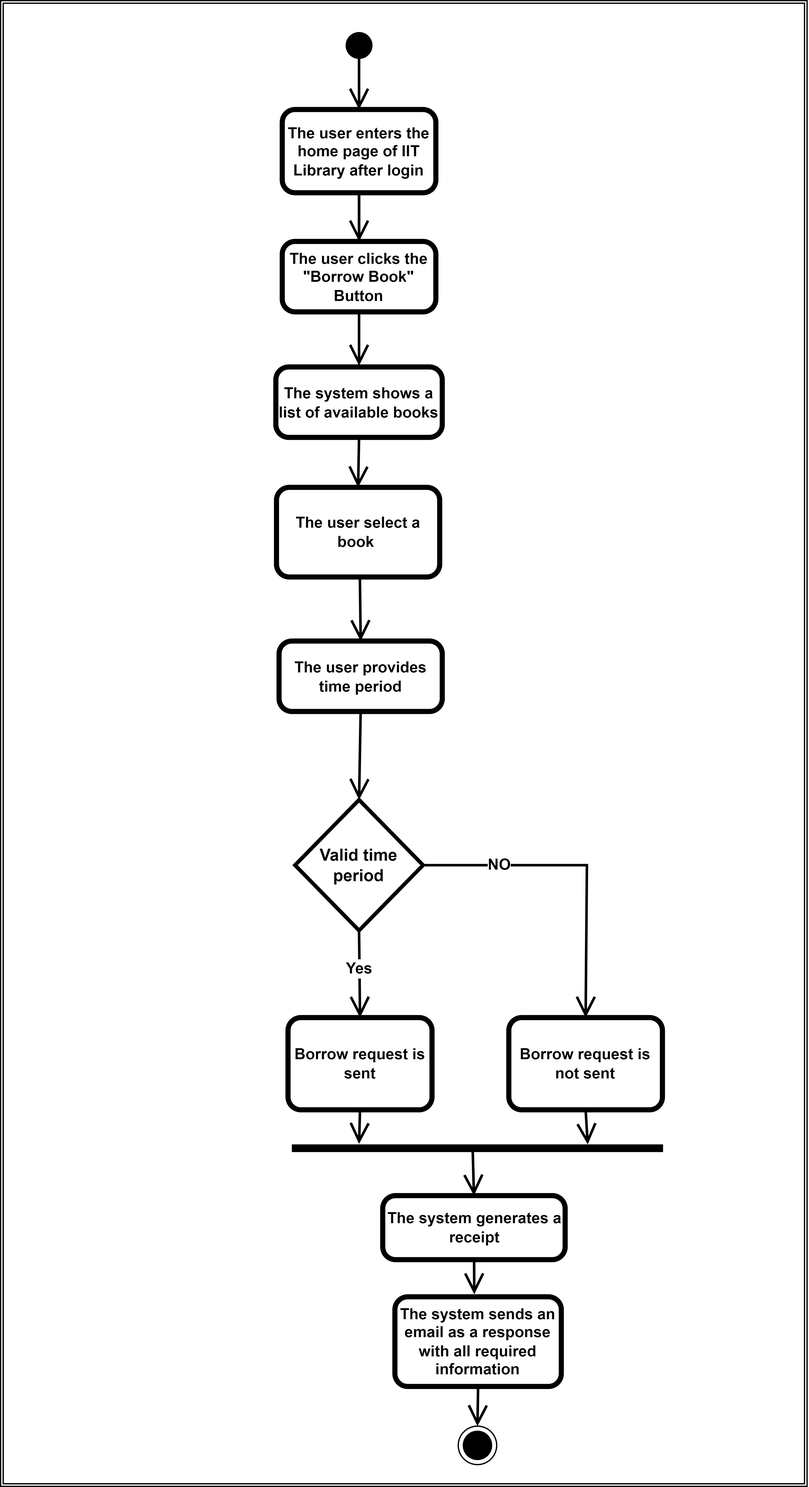
This is SRS/Activity Diagram/Activity Diagram 02.png from IIT-NSTU/IIT-Library-2.0, a draw.io export, as it was before one commit. Source tidied: cells renumbered, new cells last; positions are measured from the earlier drawing's top-left corner, leaving out a move shared by most shapes.
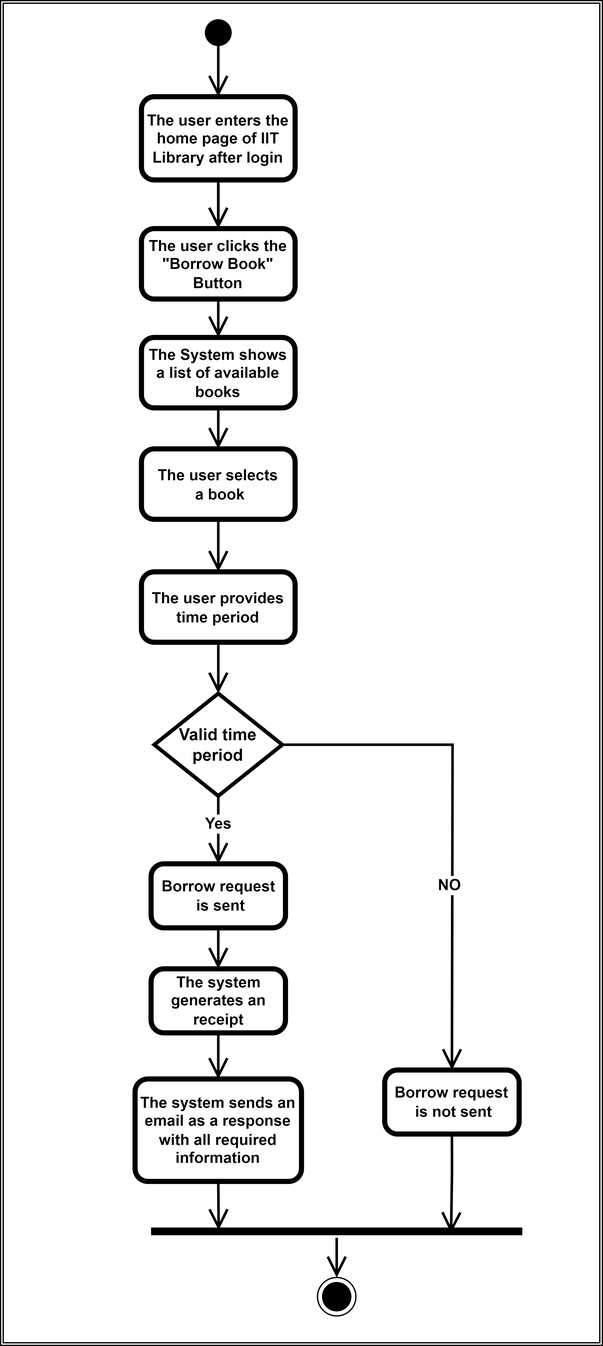
Later version of the same file.

The edit, as a diff of the source:
```diff
@@ -2,99 +2,95 @@
   <root>
     <mxCell id="0" />
     <mxCell id="1" parent="0" />
-    <mxCell id="2" style="shape=ext;double=1;rounded=0;whiteSpace=wrap;html=1;fillStyle=solid;strokeColor=default;strokeWidth=1;fillColor=#FFFFFF;gradientColor=none;fontColor=#FFFFFF;" parent="1" vertex="1">
-      <mxGeometry width="630" height="1160" as="geometry" />
-    </mxCell>
-    <mxCell id="3" style="rounded=0;jettySize=auto;html=1;entryX=0.5;entryY=0;entryDx=0;entryDy=0;entryPerimeter=0;endArrow=open;endFill=0;endSize=12;strokeColor=#000000;strokeWidth=2;exitX=0.5;exitY=1;exitDx=0;exitDy=0;" parent="1" edge="1" source="9" target="7">
-      <mxGeometry relative="1" as="geometry" />
-    </mxCell>
-    <mxCell id="4" style="edgeStyle=orthogonalEdgeStyle;rounded=0;jettySize=auto;html=1;exitX=0.5;exitY=1;exitDx=0;exitDy=0;exitPerimeter=0;entryX=0.5;entryY=0;entryDx=0;entryDy=0;strokeColor=#000000;endArrow=open;endFill=0;endSize=12;strokeWidth=2;startArrow=none;" parent="1" edge="1" source="10" target="8">
-      <mxGeometry relative="1" as="geometry" />
-    </mxCell>
-    <mxCell id="5" style="edgeStyle=none;rounded=0;jettySize=auto;html=1;exitX=0.5;exitY=1;exitDx=0;exitDy=0;exitPerimeter=0;entryX=0.5;entryY=0;entryDx=0;entryDy=0;entryPerimeter=0;endArrow=open;endFill=0;endSize=12;strokeColor=#000000;strokeWidth=2;" parent="1" edge="1" source="7" target="12">
-      <mxGeometry relative="1" as="geometry" />
-    </mxCell>
-    <mxCell id="6" style="edgeStyle=none;rounded=0;jettySize=auto;html=1;fontSize=13;fontColor=#000000;startArrow=none;startFill=0;endArrow=open;endFill=0;startSize=12;endSize=12;strokeColor=#000000;strokeWidth=2;" parent="1" edge="1" source="7" target="12">
-      <mxGeometry relative="1" as="geometry" />
-    </mxCell>
+    <mxCell id="30" style="shape=ext;double=1;rounded=0;whiteSpace=wrap;html=1;fillStyle=solid;strokeColor=default;strokeWidth=1;fillColor=#FFFFFF;gradientColor=none;fontColor=#FFFFFF;" parent="1" vertex="1">
+      <mxGeometry x="110" y="4" width="470" height="1050" as="geometry" />
+    </mxCell>
+    <mxCell id="31" style="rounded=0;jettySize=auto;html=1;entryX=0.5;entryY=0;entryDx=0;entryDy=0;entryPerimeter=0;endArrow=open;endFill=0;endSize=12;strokeColor=#000000;strokeWidth=2;exitX=0.5;exitY=1;exitDx=0;exitDy=0;" parent="1" edge="1" source="36" target="7">
+      <mxGeometry relative="1" as="geometry" />
+    </mxCell>
+    <mxCell id="32" style="edgeStyle=orthogonalEdgeStyle;rounded=0;jettySize=auto;html=1;exitX=0.5;exitY=1;exitDx=0;exitDy=0;exitPerimeter=0;entryX=0.5;entryY=0;entryDx=0;entryDy=0;strokeColor=#000000;endArrow=open;endFill=0;endSize=12;strokeWidth=2;startArrow=none;" parent="1" edge="1" source="42" target="35">
+      <mxGeometry relative="1" as="geometry" />
+    </mxCell>
+    <mxCell id="33" style="edgeStyle=none;rounded=0;jettySize=auto;html=1;exitX=0.5;exitY=1;exitDx=0;exitDy=0;exitPerimeter=0;entryX=0.5;entryY=0;entryDx=0;entryDy=0;entryPerimeter=0;endArrow=open;endFill=0;endSize=12;strokeColor=#000000;strokeWidth=2;" parent="1" edge="1" source="7" target="12">
+      <mxGeometry relative="1" as="geometry" />
+    </mxCell>
+    <mxCell id="34" style="edgeStyle=none;rounded=0;jettySize=auto;html=1;fontSize=13;fontColor=#000000;startArrow=none;startFill=0;endArrow=open;endFill=0;startSize=12;endSize=12;strokeColor=#000000;strokeWidth=2;" parent="1" edge="1" source="7" target="12">
+      <mxGeometry relative="1" as="geometry" />
+    </mxCell>
     <mxCell id="7" value="The user enters the home page of IIT Library after login" style="points=[[0.25,0,0],[0.5,0,0],[0.75,0,0],[1,0.25,0],[1,0.5,0],[1,0.75,0],[0.75,1,0],[0.5,1,0],[0.25,1,0],[0,0.75,0],[0,0.5,0],[0,0.25,0]];shape=mxgraph.bpmn.task;whiteSpace=wrap;rectStyle=rounded;size=10;bpmnShapeType=call;strokeColor=#000000;fontStyle=1;" parent="1" vertex="1">
-      <mxGeometry x="220" y="85" width="120" height="65" as="geometry" />
+      <mxGeometry x="220" y="79" width="120" height="65" as="geometry" />
     </mxCell>
-    <mxCell id="8" style="ellipse;html=1;shape=endState;fillColor=#000000;strokeColor=#000000;" parent="1" vertex="1">
-      <mxGeometry x="357.5" y="1113" width="30" height="30" as="geometry" />
-    </mxCell>
-    <mxCell id="9" style="ellipse;shape=doubleEllipse;whiteSpace=wrap;html=1;fillStyle=solid;strokeColor=default;strokeWidth=1;fillColor=#000000;gradientColor=none;" parent="1" vertex="1">
-      <mxGeometry x="270" y="25" width="20" height="20" as="geometry" />
-    </mxCell>
+    <mxCell id="35" style="ellipse;html=1;shape=endState;fillColor=#000000;strokeColor=#000000;" parent="1" vertex="1">
+      <mxGeometry x="357.5" y="1001" width="30" height="30" as="geometry" />
+    </mxCell>
+    <mxCell id="36" style="ellipse;shape=doubleEllipse;whiteSpace=wrap;html=1;fillStyle=solid;strokeColor=default;strokeWidth=1;fillColor=#000000;gradientColor=none;" parent="1" vertex="1">
+      <mxGeometry x="270" y="19" width="20" height="20" as="geometry" />
+    </mxCell>
+    <mxCell id="37" style="edgeStyle=orthogonalEdgeStyle;rounded=0;jettySize=auto;html=1;exitX=0.5;exitY=1;exitDx=0;exitDy=0;exitPerimeter=0;entryX=0.182;entryY=0.4;entryDx=0;entryDy=0;entryPerimeter=0;endArrow=open;endFill=0;endSize=12;strokeWidth=2;" parent="1" edge="1" source="10" target="42">
+      <mxGeometry relative="1" as="geometry" />
+    </mxCell>
     <mxCell id="10" value="The system sends an email as a response with all required information" style="points=[[0.25,0,0],[0.5,0,0],[0.75,0,0],[1,0.25,0],[1,0.5,0],[1,0.75,0],[0.75,1,0],[0.5,1,0],[0.25,1,0],[0,0.75,0],[0,0.5,0],[0,0.25,0]];shape=mxgraph.bpmn.task;whiteSpace=wrap;rectStyle=rounded;size=10;bpmnShapeType=call;strokeColor=#000000;fontStyle=1;" parent="1" vertex="1">
-      <mxGeometry x="308" y="1012" width="130" height="70" as="geometry" />
+      <mxGeometry x="215" y="846" width="130" height="80" as="geometry" />
     </mxCell>
-    <mxCell id="11" style="edgeStyle=none;rounded=0;jettySize=auto;html=1;exitX=0.5;exitY=1;exitDx=0;exitDy=0;exitPerimeter=0;fontColor=#FFFFFF;endArrow=open;endFill=0;endSize=12;strokeColor=#000000;strokeWidth=2;" parent="1" edge="1" source="12">
-      <mxGeometry relative="1" as="geometry">
-        <mxPoint x="280" y="285" as="targetPoint" />
-      </mxGeometry>
-    </mxCell>
+    <mxCell id="38" style="edgeStyle=none;rounded=0;jettySize=auto;html=1;exitX=0.5;exitY=1;exitDx=0;exitDy=0;exitPerimeter=0;fontColor=#FFFFFF;endArrow=open;endFill=0;endSize=12;strokeColor=#000000;strokeWidth=2;entryX=0.5;entryY=0;entryDx=0;entryDy=0;entryPerimeter=0;" parent="1" edge="1" source="12" target="44">
+      <mxGeometry relative="1" as="geometry" />
+    </mxCell>
     <mxCell id="12" value="The user clicks the &quot;Borrow Book&quot; Button" style="points=[[0.25,0,0],[0.5,0,0],[0.75,0,0],[1,0.25,0],[1,0.5,0],[1,0.75,0],[0.75,1,0],[0.5,1,0],[0.25,1,0],[0,0.75,0],[0,0.5,0],[0,0.25,0]];shape=mxgraph.bpmn.task;whiteSpace=wrap;rectStyle=rounded;size=10;bpmnShapeType=call;strokeColor=#000000;fontStyle=1;" parent="1" vertex="1">
-      <mxGeometry x="220" y="188" width="120" height="55" as="geometry" />
+      <mxGeometry x="220" y="182" width="120" height="55" as="geometry" />
     </mxCell>
-    <mxCell id="13" style="edgeStyle=none;rounded=0;jettySize=auto;html=1;fontColor=#FFFFFF;startArrow=none;startFill=0;endArrow=open;endFill=0;startSize=12;endSize=12;strokeColor=#000000;strokeWidth=2;entryX=0.5;entryY=0;entryDx=0;entryDy=0;entryPerimeter=0;" parent="1" edge="1" target="27">
-      <mxGeometry relative="1" as="geometry">
-        <mxPoint x="280" y="395" as="sourcePoint" />
-      </mxGeometry>
-    </mxCell>
+    <mxCell id="39" style="edgeStyle=none;rounded=0;jettySize=auto;html=1;fontColor=#FFFFFF;startArrow=none;startFill=0;endArrow=open;endFill=0;startSize=12;endSize=12;strokeColor=#000000;strokeWidth=2;entryX=0.5;entryY=0;entryDx=0;entryDy=0;entryPerimeter=0;" parent="1" edge="1" target="27">
+      <mxGeometry relative="1" as="geometry">
+        <mxPoint x="280" y="394" as="sourcePoint" />
+      </mxGeometry>
+    </mxCell>
     <mxCell id="14" value="Yes" style="edgeStyle=none;rounded=0;jettySize=auto;html=1;fontSize=12;fontColor=#000000;startArrow=none;startFill=0;endArrow=open;endFill=0;startSize=12;endSize=12;strokeColor=#000000;strokeWidth=2;entryX=0.5;entryY=0;entryDx=0;entryDy=0;entryPerimeter=0;exitX=0.5;exitY=1;exitDx=0;exitDy=0;exitPerimeter=0;spacingTop=-10;fontStyle=1;" parent="1" edge="1" source="16" target="18">
       <mxGeometry relative="1" as="geometry" />
     </mxCell>
-    <mxCell id="15" value="NO" style="edgeStyle=none;rounded=0;jettySize=auto;html=1;exitX=1;exitY=0.5;exitDx=0;exitDy=0;exitPerimeter=0;entryX=0.5;entryY=0;entryDx=0;entryDy=0;entryPerimeter=0;fontSize=12;fontColor=#000000;startArrow=none;startFill=0;endArrow=open;endFill=0;startSize=12;endSize=12;strokeColor=#000000;strokeWidth=2;fontStyle=1;labelPosition=left;verticalLabelPosition=middle;align=right;verticalAlign=middle;spacingLeft=5;spacingBottom=0;spacingRight=53;" parent="1" edge="1" source="16" target="19">
+    <mxCell id="15" value="NO" style="edgeStyle=none;rounded=0;jettySize=auto;html=1;exitX=1;exitY=0.5;exitDx=0;exitDy=0;exitPerimeter=0;entryX=0.5;entryY=0;entryDx=0;entryDy=0;entryPerimeter=0;fontSize=12;fontColor=#000000;startArrow=none;startFill=0;endArrow=open;endFill=0;startSize=12;endSize=12;strokeColor=#000000;strokeWidth=2;fontStyle=1;labelPosition=left;verticalLabelPosition=middle;align=right;verticalAlign=middle;spacingLeft=0;spacingBottom=-100;spacingRight=-8;" parent="1" edge="1" source="16" target="19">
       <mxGeometry relative="1" as="geometry">
         <Array as="points">
-          <mxPoint x="458" y="675" />
+          <mxPoint x="463" y="585" />
         </Array>
       </mxGeometry>
     </mxCell>
     <mxCell id="16" value="&lt;font color=&quot;#000000&quot; style=&quot;font-size: 13px;&quot;&gt;Valid time period&lt;/font&gt;" style="strokeWidth=3;html=1;shape=mxgraph.flowchart.decision;whiteSpace=wrap;fillStyle=solid;fontColor=#FFFFFF;fillColor=#FFFFFF;gradientColor=none;fontSize=13;fontStyle=1;" parent="1" vertex="1">
-      <mxGeometry x="230" y="624" width="100" height="102" as="geometry" />
+      <mxGeometry x="230" y="545" width="100" height="80" as="geometry" />
     </mxCell>
-    <mxCell id="17" style="edgeStyle=none;rounded=0;jettySize=auto;html=1;exitX=0.5;exitY=1;exitDx=0;exitDy=0;exitPerimeter=0;fontSize=13;fontColor=#000000;startArrow=none;startFill=0;endArrow=open;endFill=0;startSize=12;endSize=12;strokeColor=#000000;strokeWidth=2;entryX=0.181;entryY=0.394;entryDx=0;entryDy=0;entryPerimeter=0;" parent="1" edge="1" source="18" target="21">
-      <mxGeometry relative="1" as="geometry" />
-    </mxCell>
+    <mxCell id="40" style="edgeStyle=orthogonalEdgeStyle;rounded=0;jettySize=auto;html=1;exitX=0.5;exitY=1;exitDx=0;exitDy=0;exitPerimeter=0;endArrow=open;endFill=0;endSize=12;strokeWidth=2;" parent="1" edge="1" source="18" target="47">
+      <mxGeometry relative="1" as="geometry" />
+    </mxCell>
-    <mxCell id="18" value="Borrow request is sent" style="points=[[0.25,0,0],[0.5,0,0],[0.75,0,0],[1,0.25,0],[1,0.5,0],[1,0.75,0],[0.75,1,0],[0.5,1,0],[0.25,1,0],[0,0.75,0],[0,0.5,0],[0,0.25,0]];shape=mxgraph.bpmn.task;whiteSpace=wrap;rectStyle=rounded;size=10;bpmnShapeType=call;strokeColor=#000000;fontStyle=1;" parent="1" vertex="1">
-      <mxGeometry x="224.5" y="794" width="112.5" height="72" as="geometry" />
+    <mxCell id="18" value="Borrow request&#10; is sent" style="points=[[0.25,0,0],[0.5,0,0],[0.75,0,0],[1,0.25,0],[1,0.5,0],[1,0.75,0],[0.75,1,0],[0.5,1,0],[0.25,1,0],[0,0.75,0],[0,0.5,0],[0,0.25,0]];shape=mxgraph.bpmn.task;whiteSpace=wrap;rectStyle=rounded;size=10;bpmnShapeType=call;strokeColor=#000000;fontStyle=1;" parent="1" vertex="1">
+      <mxGeometry x="227.5" y="678" width="105" height="50" as="geometry" />
     </mxCell>
+    <mxCell id="41" style="edgeStyle=orthogonalEdgeStyle;rounded=0;jettySize=auto;html=1;exitX=0.5;exitY=1;exitDx=0;exitDy=0;exitPerimeter=0;entryX=0.808;entryY=0.638;entryDx=0;entryDy=0;entryPerimeter=0;endArrow=open;endFill=0;endSize=12;strokeWidth=2;" parent="1" edge="1" source="19" target="42">
+      <mxGeometry relative="1" as="geometry" />
+    </mxCell>
-    <mxCell id="19" value="Borrow request is not sent" style="points=[[0.25,0,0],[0.5,0,0],[0.75,0,0],[1,0.25,0],[1,0.5,0],[1,0.75,0],[0.75,1,0],[0.5,1,0],[0.25,1,0],[0,0.75,0],[0,0.5,0],[0,0.25,0]];shape=mxgraph.bpmn.task;whiteSpace=wrap;rectStyle=rounded;size=10;bpmnShapeType=call;strokeColor=#000000;fontStyle=1;" parent="1" vertex="1">
-      <mxGeometry x="397" y="794" width="120" height="72" as="geometry" />
+    <mxCell id="19" value="Borrow request&#10; is not sent" style="points=[[0.25,0,0],[0.5,0,0],[0.75,0,0],[1,0.25,0],[1,0.5,0],[1,0.75,0],[0.75,1,0],[0.5,1,0],[0.25,1,0],[0,0.75,0],[0,0.5,0],[0,0.25,0]];shape=mxgraph.bpmn.task;whiteSpace=wrap;rectStyle=rounded;size=10;bpmnShapeType=call;strokeColor=#000000;fontStyle=1;" parent="1" vertex="1">
+      <mxGeometry x="410" y="839" width="105" height="50" as="geometry" />
     </mxCell>
-    <mxCell id="20" style="edgeStyle=none;rounded=0;jettySize=auto;html=1;fontSize=12;fontColor=#000000;startArrow=none;startFill=0;endArrow=open;endFill=0;startSize=12;endSize=12;strokeColor=#000000;strokeWidth=2;entryX=0.5;entryY=0;entryDx=0;entryDy=0;entryPerimeter=0;exitX=0.487;exitY=0.499;exitDx=0;exitDy=0;exitPerimeter=0;" parent="1" edge="1" source="21" target="29">
-      <mxGeometry relative="1" as="geometry" />
-    </mxCell>
-    <mxCell id="21" style="line;strokeWidth=6;html=1;fillStyle=solid;fontColor=#FFFFFF;fillColor=#FFFFFF;gradientColor=none;" parent="1" vertex="1">
-      <mxGeometry x="227.5" y="880" width="290" height="32" as="geometry" />
-    </mxCell>
-    <mxCell id="22" style="edgeStyle=none;rounded=0;jettySize=auto;html=1;fontSize=13;fontColor=#000000;startArrow=none;startFill=0;endArrow=open;endFill=0;startSize=12;endSize=12;strokeColor=#000000;strokeWidth=2;entryX=0.797;entryY=0.407;entryDx=0;entryDy=0;entryPerimeter=0;exitX=0.5;exitY=1;exitDx=0;exitDy=0;exitPerimeter=0;" parent="1" edge="1" source="19" target="21">
-      <mxGeometry relative="1" as="geometry" />
-    </mxCell>
-    <mxCell id="23" style="edgeStyle=none;rounded=0;jettySize=auto;html=1;entryX=0.5;entryY=0;entryDx=0;entryDy=0;entryPerimeter=0;fontSize=12;fontColor=#000000;startArrow=none;startFill=0;endArrow=open;endFill=0;startSize=12;endSize=12;strokeColor=#000000;strokeWidth=2;exitX=0.5;exitY=1;exitDx=0;exitDy=0;exitPerimeter=0;" parent="1" edge="1" source="24" target="25">
-      <mxGeometry relative="1" as="geometry" />
-    </mxCell>
-    <mxCell id="24" value="The system shows a list of available books" style="points=[[0.25,0,0],[0.5,0,0],[0.75,0,0],[1,0.25,0],[1,0.5,0],[1,0.75,0],[0.75,1,0],[0.5,1,0],[0.25,1,0],[0,0.75,0],[0,0.5,0],[0,0.25,0]];shape=mxgraph.bpmn.task;whiteSpace=wrap;rectStyle=rounded;size=10;bpmnShapeType=call;strokeColor=#000000;fontStyle=1;" parent="1" vertex="1">
-      <mxGeometry x="215" y="286" width="130" height="55" as="geometry" />
-    </mxCell>
-    <mxCell id="25" value="The user select a book " style="points=[[0.25,0,0],[0.5,0,0],[0.75,0,0],[1,0.25,0],[1,0.5,0],[1,0.75,0],[0.75,1,0],[0.5,1,0],[0.25,1,0],[0,0.75,0],[0,0.5,0],[0,0.25,0]];shape=mxgraph.bpmn.task;whiteSpace=wrap;rectStyle=rounded;size=10;bpmnShapeType=call;strokeColor=#000000;fontStyle=1;" parent="1" vertex="1">
-      <mxGeometry x="215.5" y="380" width="127.5" height="70" as="geometry" />
-    </mxCell>
+    <mxCell id="42" style="line;strokeWidth=6;html=1;fillStyle=solid;fontColor=#FFFFFF;fillColor=#FFFFFF;gradientColor=none;" parent="1" vertex="1">
+      <mxGeometry x="227.5" y="960" width="290" height="10" as="geometry" />
+    </mxCell>
+    <mxCell id="43" style="edgeStyle=orthogonalEdgeStyle;rounded=0;jettySize=auto;html=1;exitX=0.5;exitY=1;exitDx=0;exitDy=0;exitPerimeter=0;entryX=0.5;entryY=0;entryDx=0;entryDy=0;entryPerimeter=0;endArrow=open;endFill=0;endSize=12;strokeWidth=2;" parent="1" edge="1" source="44" target="45">
+      <mxGeometry relative="1" as="geometry" />
+    </mxCell>
+    <mxCell id="44" value="The System shows a list of available books" style="points=[[0.25,0,0],[0.5,0,0],[0.75,0,0],[1,0.25,0],[1,0.5,0],[1,0.75,0],[0.75,1,0],[0.5,1,0],[0.25,1,0],[0,0.75,0],[0,0.5,0],[0,0.25,0]];shape=mxgraph.bpmn.task;whiteSpace=wrap;rectStyle=rounded;size=10;bpmnShapeType=call;strokeColor=#000000;fontStyle=1;" parent="1" vertex="1">
+      <mxGeometry x="220" y="267" width="120" height="55" as="geometry" />
+    </mxCell>
+    <mxCell id="45" value="The user selects&#10; a book" style="points=[[0.25,0,0],[0.5,0,0],[0.75,0,0],[1,0.25,0],[1,0.5,0],[1,0.75,0],[0.75,1,0],[0.5,1,0],[0.25,1,0],[0,0.75,0],[0,0.5,0],[0,0.25,0]];shape=mxgraph.bpmn.task;whiteSpace=wrap;rectStyle=rounded;size=10;bpmnShapeType=call;strokeColor=#000000;fontStyle=1;" parent="1" vertex="1">
+      <mxGeometry x="220" y="354" width="120" height="55" as="geometry" />
+    </mxCell>
-    <mxCell id="26" style="edgeStyle=none;rounded=0;jettySize=auto;html=1;entryX=0.5;entryY=0;entryDx=0;entryDy=0;entryPerimeter=0;fontSize=12;fontColor=#000000;startArrow=none;startFill=0;endArrow=open;endFill=0;startSize=12;endSize=12;strokeColor=#000000;strokeWidth=2;exitX=0.5;exitY=1;exitDx=0;exitDy=0;exitPerimeter=0;" parent="1" edge="1" source="27" target="16">
+    <mxCell id="26" style="edgeStyle=orthogonalEdgeStyle;rounded=0;jettySize=auto;html=1;entryX=0.5;entryY=0;entryDx=0;entryDy=0;entryPerimeter=0;endArrow=open;endFill=0;endSize=12;strokeWidth=2;" parent="1" edge="1" source="27" target="16">
       <mxGeometry relative="1" as="geometry" />
     </mxCell>
     <mxCell id="27" value="The user provides time period" style="points=[[0.25,0,0],[0.5,0,0],[0.75,0,0],[1,0.25,0],[1,0.5,0],[1,0.75,0],[0.75,1,0],[0.5,1,0],[0.25,1,0],[0,0.75,0],[0,0.5,0],[0,0.25,0]];shape=mxgraph.bpmn.task;whiteSpace=wrap;rectStyle=rounded;size=10;bpmnShapeType=call;strokeColor=#000000;fontStyle=1;" parent="1" vertex="1">
-      <mxGeometry x="217.5" y="500" width="127.5" height="55" as="geometry" />
+      <mxGeometry x="220" y="450" width="120" height="55" as="geometry" />
     </mxCell>
-    <mxCell id="28" style="edgeStyle=none;rounded=0;jettySize=auto;html=1;fontSize=12;fontColor=#000000;startArrow=none;startFill=0;endArrow=open;endFill=0;startSize=12;endSize=12;strokeColor=#000000;strokeWidth=2;" parent="1" edge="1" source="29">
-      <mxGeometry relative="1" as="geometry">
-        <mxPoint x="370" y="1010" as="targetPoint" />
-      </mxGeometry>
-    </mxCell>
-    <mxCell id="29" value="The system generates a receipt" style="points=[[0.25,0,0],[0.5,0,0],[0.75,0,0],[1,0.25,0],[1,0.5,0],[1,0.75,0],[0.75,1,0],[0.5,1,0],[0.25,1,0],[0,0.75,0],[0,0.5,0],[0,0.25,0]];shape=mxgraph.bpmn.task;whiteSpace=wrap;rectStyle=rounded;size=10;bpmnShapeType=call;strokeColor=#000000;fontStyle=1;" parent="1" vertex="1">
-      <mxGeometry x="298.5" y="933" width="142.5" height="50" as="geometry" />
-    </mxCell>
+    <mxCell id="46" style="edgeStyle=orthogonalEdgeStyle;rounded=0;jettySize=auto;html=1;exitX=0.5;exitY=1;exitDx=0;exitDy=0;exitPerimeter=0;entryX=0.5;entryY=0;entryDx=0;entryDy=0;entryPerimeter=0;endArrow=open;endFill=0;endSize=12;strokeWidth=2;" parent="1" edge="1" source="47" target="10">
+      <mxGeometry relative="1" as="geometry" />
+    </mxCell>
+    <mxCell id="47" value="The system generates an receipt" style="points=[[0.25,0,0],[0.5,0,0],[0.75,0,0],[1,0.25,0],[1,0.5,0],[1,0.75,0],[0.75,1,0],[0.5,1,0],[0.25,1,0],[0,0.75,0],[0,0.5,0],[0,0.25,0]];shape=mxgraph.bpmn.task;whiteSpace=wrap;rectStyle=rounded;size=10;bpmnShapeType=call;strokeColor=#000000;fontStyle=1;" parent="1" vertex="1">
+      <mxGeometry x="227.5" y="760" width="105" height="50" as="geometry" />
+    </mxCell>
   </root>
 </mxGraphModel>
```
